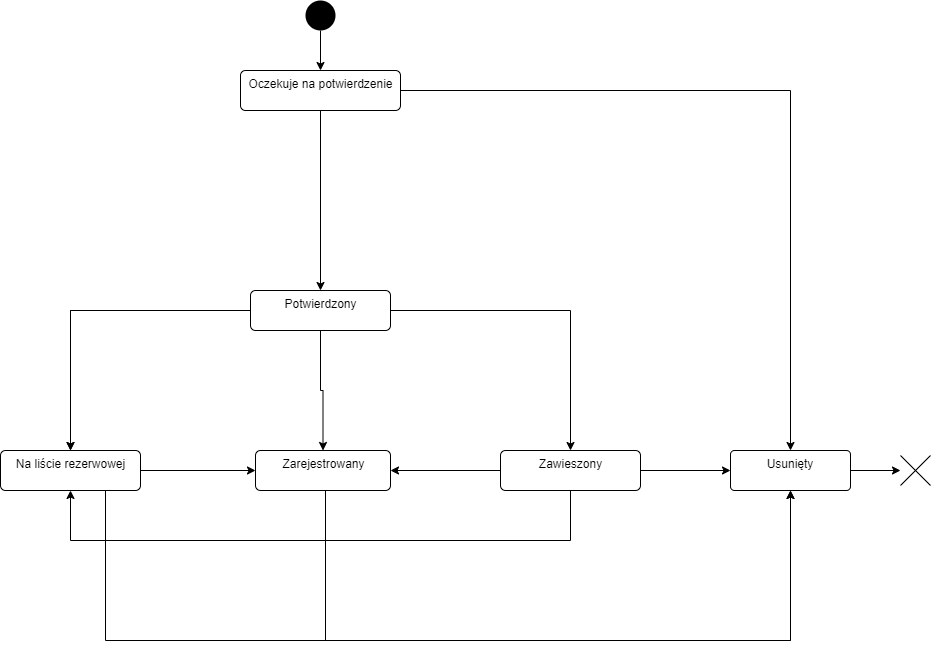
Earlier version of the draw.io export venv/Utility Files/Untitled Diagram.drawio.png (PPopielarski/PFWRegistration). Source tidied: cells renumbered, new cells last; positions are measured from the earlier drawing's top-left corner, leaving out a move shared by most shapes.
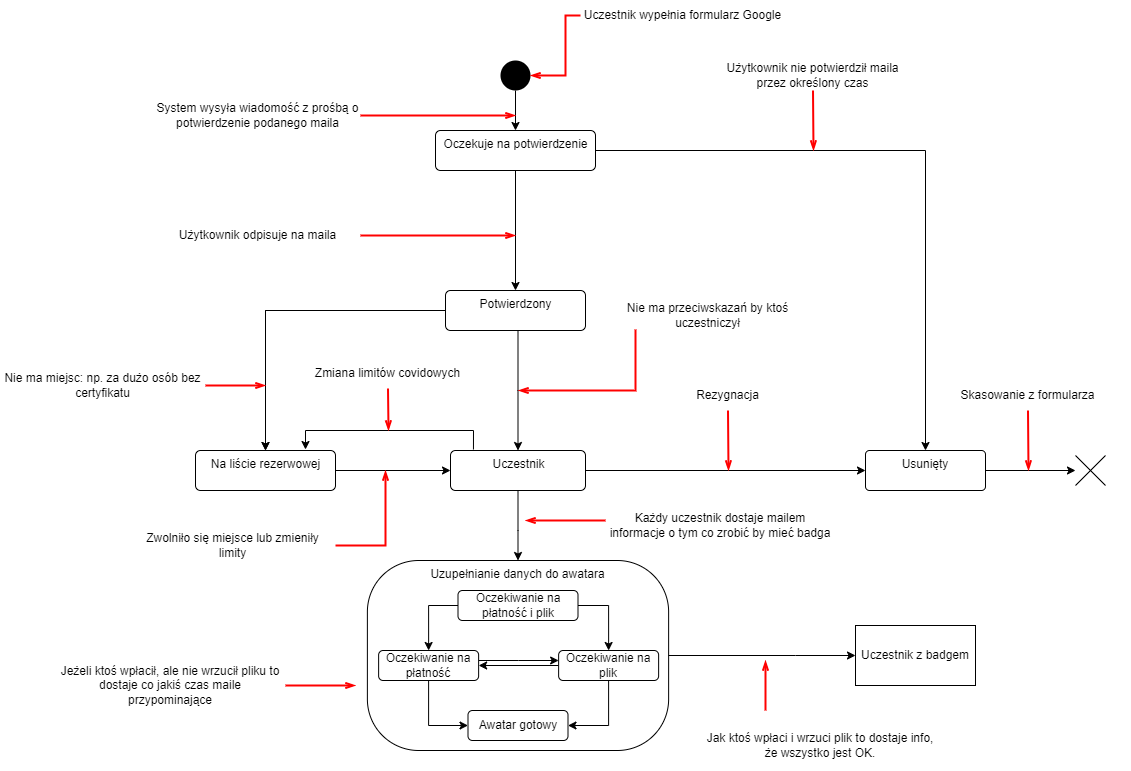
Later version of the same file.

Commit message:
Registration state diagram.drawio.png

What changed in the source:
```diff
@@ -14,89 +14,265 @@
     <mxCell id="5" value="Oczekuje na potwierdzenie" style="html=1;align=center;verticalAlign=top;rounded=1;absoluteArcSize=1;arcSize=10;dashed=0;" parent="1" vertex="1">
       <mxGeometry x="240" y="70" width="160" height="40" as="geometry" />
     </mxCell>
+    <mxCell id="24" style="edgeStyle=orthogonalEdgeStyle;rounded=0;jettySize=auto;html=1;" parent="1" edge="1" source="7" target="25">
+      <mxGeometry relative="1" as="geometry">
+        <Array as="points">
+          <mxPoint x="323" y="470" />
+          <mxPoint x="323" y="470" />
+        </Array>
+      </mxGeometry>
+    </mxCell>
-    <mxCell id="6" style="edgeStyle=orthogonalEdgeStyle;rounded=0;jettySize=auto;html=1;entryX=0.5;entryY=1;entryDx=0;entryDy=0;" parent="1" edge="1" source="7" target="19">
-      <mxGeometry relative="1" as="geometry">
-        <Array as="points">
-          <mxPoint x="325" y="640" />
-          <mxPoint x="790" y="640" />
-        </Array>
-      </mxGeometry>
+    <mxCell id="6" style="edgeStyle=orthogonalEdgeStyle;rounded=0;jettySize=auto;html=1;" parent="1" edge="1" source="7" target="19">
+      <mxGeometry relative="1" as="geometry" />
     </mxCell>
-    <mxCell id="7" value="Zarejestrowany" style="html=1;align=center;verticalAlign=top;rounded=1;absoluteArcSize=1;arcSize=10;dashed=0;" parent="1" vertex="1">
-      <mxGeometry x="255" y="450" width="135" height="40" as="geometry" />
+    <mxCell id="7" value="Uczestnik" style="html=1;align=center;verticalAlign=top;rounded=1;absoluteArcSize=1;arcSize=10;dashed=0;" parent="1" vertex="1">
+      <mxGeometry x="255" y="390" width="135" height="40" as="geometry" />
     </mxCell>
-    <mxCell id="8" style="edgeStyle=orthogonalEdgeStyle;rounded=0;jettySize=auto;html=1;" parent="1" edge="1" source="11" target="19">
-      <mxGeometry relative="1" as="geometry" />
-    </mxCell>
-    <mxCell id="9" style="edgeStyle=orthogonalEdgeStyle;rounded=0;jettySize=auto;html=1;" parent="1" edge="1" source="11" target="7">
-      <mxGeometry relative="1" as="geometry" />
-    </mxCell>
-    <mxCell id="10" style="edgeStyle=orthogonalEdgeStyle;rounded=0;jettySize=auto;html=1;entryX=0.5;entryY=1;entryDx=0;entryDy=0;" parent="1" edge="1" source="11" target="13">
-      <mxGeometry relative="1" as="geometry">
-        <Array as="points">
-          <mxPoint x="570" y="540" />
-          <mxPoint x="70" y="540" />
-        </Array>
-      </mxGeometry>
-    </mxCell>
-    <mxCell id="11" value="Zawieszony" style="html=1;align=center;verticalAlign=top;rounded=1;absoluteArcSize=1;arcSize=10;dashed=0;" parent="1" vertex="1">
-      <mxGeometry x="500" y="450" width="140" height="40" as="geometry" />
-    </mxCell>
     <mxCell id="12" style="edgeStyle=orthogonalEdgeStyle;rounded=0;jettySize=auto;html=1;" parent="1" edge="1" source="13" target="7">
       <mxGeometry relative="1" as="geometry" />
     </mxCell>
     <mxCell id="13" value="Na liście rezerwowej" style="html=1;align=center;verticalAlign=top;rounded=1;absoluteArcSize=1;arcSize=10;dashed=0;" parent="1" vertex="1">
-      <mxGeometry y="450" width="140" height="40" as="geometry" />
+      <mxGeometry y="390" width="140" height="40" as="geometry" />
     </mxCell>
     <mxCell id="14" style="edgeStyle=orthogonalEdgeStyle;rounded=0;jettySize=auto;html=1;entryX=0.5;entryY=0;entryDx=0;entryDy=0;exitX=0;exitY=0.5;exitDx=0;exitDy=0;" parent="1" edge="1" source="23" target="13">
       <mxGeometry relative="1" as="geometry">
         <Array as="points">
-          <mxPoint x="70" y="310" />
+          <mxPoint x="70" y="250" />
         </Array>
       </mxGeometry>
     </mxCell>
     <mxCell id="15" style="edgeStyle=orthogonalEdgeStyle;rounded=0;orthogonalLoop=1;jettySize=auto;html=1;entryX=0.5;entryY=0;entryDx=0;entryDy=0;" parent="1" edge="1">
       <mxGeometry relative="1" as="geometry">
-        <mxPoint x="190" y="310" as="sourcePoint" />
-        <mxPoint x="70" y="450" as="targetPoint" />
+        <mxPoint x="190" y="250" as="sourcePoint" />
+        <mxPoint x="70" y="390" as="targetPoint" />
         <Array as="points">
-          <mxPoint x="70" y="310" />
+          <mxPoint x="70" y="250" />
         </Array>
       </mxGeometry>
     </mxCell>
     <mxCell id="16" style="edgeStyle=orthogonalEdgeStyle;rounded=0;jettySize=auto;html=1;exitX=0.5;exitY=1;exitDx=0;exitDy=0;entryX=0.5;entryY=0;entryDx=0;entryDy=0;" parent="1" edge="1" source="2" target="5">
       <mxGeometry relative="1" as="geometry" />
     </mxCell>
-    <mxCell id="17" style="edgeStyle=orthogonalEdgeStyle;rounded=0;jettySize=auto;html=1;entryX=0.5;entryY=0;entryDx=0;entryDy=0;exitX=1;exitY=0.5;exitDx=0;exitDy=0;" parent="1" edge="1" source="23" target="11">
-      <mxGeometry relative="1" as="geometry" />
-    </mxCell>
     <mxCell id="18" style="edgeStyle=orthogonalEdgeStyle;rounded=0;jettySize=auto;html=1;" parent="1" edge="1" source="19" target="21">
-      <mxGeometry relative="1" as="geometry" />
+      <mxGeometry relative="1" as="geometry">
+        <Array as="points">
+          <mxPoint x="750" y="410" />
+          <mxPoint x="750" y="410" />
+        </Array>
+      </mxGeometry>
     </mxCell>
     <mxCell id="19" value="Usunięty" style="whiteSpace=wrap;html=1;verticalAlign=top;fillColor=rgb(255, 255, 255);strokeColor=rgb(0, 0, 0);fontColor=rgb(0, 0, 0);rounded=1;arcSize=10;dashed=0;" parent="1" vertex="1">
-      <mxGeometry x="730" y="450" width="120" height="40" as="geometry" />
+      <mxGeometry x="670" y="390" width="120" height="40" as="geometry" />
     </mxCell>
-    <mxCell id="20" style="edgeStyle=orthogonalEdgeStyle;rounded=0;jettySize=auto;html=1;entryX=0.5;entryY=1;entryDx=0;entryDy=0;exitX=0.75;exitY=1;exitDx=0;exitDy=0;" parent="1" edge="1" source="13" target="19">
-      <mxGeometry relative="1" as="geometry">
-        <Array as="points">
-          <mxPoint x="105" y="640" />
-          <mxPoint x="790" y="640" />
-        </Array>
-      </mxGeometry>
-    </mxCell>
     <mxCell id="21" style="shape=umlDestroy;direction=south;" parent="1" vertex="1">
-      <mxGeometry x="900" y="455" width="30" height="30" as="geometry" />
+      <mxGeometry x="880" y="395" width="30" height="30" as="geometry" />
     </mxCell>
     <mxCell id="22" style="edgeStyle=orthogonalEdgeStyle;rounded=0;jettySize=auto;html=1;entryX=0.5;entryY=0;entryDx=0;entryDy=0;" parent="1" edge="1" source="23" target="7">
       <mxGeometry relative="1" as="geometry">
         <Array as="points">
-          <mxPoint x="320" y="390" />
-          <mxPoint x="323" y="390" />
+          <mxPoint x="323" y="330" />
         </Array>
       </mxGeometry>
     </mxCell>
     <mxCell id="23" value="Potwierdzony" style="html=1;align=center;verticalAlign=top;rounded=1;absoluteArcSize=1;arcSize=10;dashed=0;" parent="1" vertex="1">
-      <mxGeometry x="250" y="290" width="140" height="40" as="geometry" />
+      <mxGeometry x="250" y="230" width="140" height="40" as="geometry" />
     </mxCell>
+    <mxCell id="25" value="Uzupełnianie danych do awatara" style="whiteSpace=wrap;html=1;verticalAlign=top;fillColor=rgb(255, 255, 255);strokeColor=rgb(0, 0, 0);fontColor=rgb(0, 0, 0);rounded=1;arcSize=27;dashed=0;" parent="1" vertex="1">
+      <mxGeometry x="171.9" y="500" width="301.2" height="190" as="geometry" />
+    </mxCell>
+    <mxCell id="26" style="edgeStyle=orthogonalEdgeStyle;rounded=0;jettySize=auto;html=1;entryX=0.5;entryY=0;entryDx=0;entryDy=0;" parent="1" edge="1" source="28" target="31">
+      <mxGeometry relative="1" as="geometry">
+        <Array as="points">
+          <mxPoint x="233.1" y="545" />
+        </Array>
+      </mxGeometry>
+    </mxCell>
+    <mxCell id="27" style="edgeStyle=orthogonalEdgeStyle;rounded=0;jettySize=auto;html=1;entryX=0.5;entryY=0;entryDx=0;entryDy=0;" parent="1" edge="1" source="28" target="34">
+      <mxGeometry relative="1" as="geometry">
+        <Array as="points">
+          <mxPoint x="413.1" y="545" />
+        </Array>
+      </mxGeometry>
+    </mxCell>
+    <mxCell id="28" value="Oczekiwanie na płatność i plik" style="rounded=1;whiteSpace=wrap;html=1;" parent="1" vertex="1">
+      <mxGeometry x="262.5" y="530" width="120" height="30" as="geometry" />
+    </mxCell>
+    <mxCell id="29" style="edgeStyle=orthogonalEdgeStyle;rounded=0;jettySize=auto;html=1;" parent="1" edge="1" source="31" target="34">
+      <mxGeometry relative="1" as="geometry">
+        <Array as="points">
+          <mxPoint x="323.1" y="600" />
+          <mxPoint x="323.1" y="600" />
+        </Array>
+      </mxGeometry>
+    </mxCell>
+    <mxCell id="30" style="edgeStyle=orthogonalEdgeStyle;rounded=0;jettySize=auto;html=1;entryX=0;entryY=0.5;entryDx=0;entryDy=0;" parent="1" edge="1" source="31" target="35">
+      <mxGeometry relative="1" as="geometry" />
+    </mxCell>
+    <mxCell id="31" value="Oczekiwanie na płatność" style="rounded=1;whiteSpace=wrap;html=1;" parent="1" vertex="1">
+      <mxGeometry x="183.1" y="590" width="100" height="30" as="geometry" />
+    </mxCell>
+    <mxCell id="32" style="edgeStyle=orthogonalEdgeStyle;rounded=0;jettySize=auto;html=1;" parent="1" edge="1" source="34" target="31">
+      <mxGeometry relative="1" as="geometry" />
+    </mxCell>
+    <mxCell id="33" style="edgeStyle=orthogonalEdgeStyle;rounded=0;jettySize=auto;html=1;entryX=1;entryY=0.5;entryDx=0;entryDy=0;" parent="1" edge="1" source="34" target="35">
+      <mxGeometry relative="1" as="geometry">
+        <Array as="points">
+          <mxPoint x="413.1" y="665" />
+        </Array>
+      </mxGeometry>
+    </mxCell>
+    <mxCell id="34" value="Oczekiwanie na plik" style="rounded=1;whiteSpace=wrap;html=1;" parent="1" vertex="1">
+      <mxGeometry x="363.1" y="590" width="100" height="30" as="geometry" />
+    </mxCell>
+    <mxCell id="35" value="Awatar gotowy" style="rounded=1;whiteSpace=wrap;html=1;" parent="1" vertex="1">
+      <mxGeometry x="272.5" y="650" width="100" height="30" as="geometry" />
+    </mxCell>
+    <mxCell id="36" style="edgeStyle=orthogonalEdgeStyle;rounded=0;jettySize=auto;html=1;exitX=1;exitY=0.5;exitDx=0;exitDy=0;entryX=0;entryY=0.5;entryDx=0;entryDy=0;" parent="1" edge="1" source="25" target="37">
+      <mxGeometry relative="1" as="geometry">
+        <Array as="points">
+          <mxPoint x="600" y="595" />
+        </Array>
+      </mxGeometry>
+    </mxCell>
+    <mxCell id="37" value="Uczestnik z badgem" style="rounded=0;whiteSpace=wrap;html=1;" parent="1" vertex="1">
+      <mxGeometry x="660" y="565" width="120" height="60" as="geometry" />
+    </mxCell>
+    <mxCell id="38" value="Uczestnik wypełnia formularz Google" style="text;html=1;strokeColor=none;fillColor=none;align=center;verticalAlign=middle;whiteSpace=wrap;rounded=0;" parent="1" vertex="1">
+      <mxGeometry x="385" y="-60" width="205" height="30" as="geometry" />
+    </mxCell>
+    <mxCell id="39" value="System wysyła wiadomość z prośbą o potwierdzenie podanego maila" style="text;html=1;strokeColor=none;fillColor=none;align=center;verticalAlign=middle;whiteSpace=wrap;rounded=0;" parent="1" vertex="1">
+      <mxGeometry x="-40" y="40" width="205" height="30" as="geometry" />
+    </mxCell>
+    <mxCell id="40" style="edgeStyle=elbowEdgeStyle;fontSize=12;html=1;endFill=0;startFill=0;endSize=6;startSize=6;endArrow=openThin;startArrow=none;rounded=0;exitX=1;exitY=0.5;exitDx=0;exitDy=0;strokeWidth=2;strokeColor=#FF0000;" parent="1" edge="1" source="39">
+      <mxGeometry relative="1" as="geometry">
+        <mxPoint x="320" y="55" as="targetPoint" />
+      </mxGeometry>
+    </mxCell>
+    <mxCell id="41" style="edgeStyle=elbowEdgeStyle;fontSize=12;html=1;endFill=0;startFill=0;endSize=6;startSize=6;endArrow=openThin;startArrow=none;rounded=0;exitX=0;exitY=0.5;exitDx=0;exitDy=0;entryX=1;entryY=0.5;entryDx=0;entryDy=0;strokeWidth=2;strokeColor=#FF0000;" parent="1" edge="1" source="38" target="2">
+      <mxGeometry relative="1" as="geometry">
+        <Array as="points">
+          <mxPoint x="370" y="-45" />
+        </Array>
+      </mxGeometry>
+    </mxCell>
+    <mxCell id="42" value="Użytkownik odpisuje na maila" style="text;html=1;strokeColor=none;fillColor=none;align=center;verticalAlign=middle;whiteSpace=wrap;rounded=0;" parent="1" vertex="1">
+      <mxGeometry x="-40" y="160" width="205" height="30" as="geometry" />
+    </mxCell>
+    <mxCell id="43" style="edgeStyle=elbowEdgeStyle;fontSize=12;html=1;endFill=0;startFill=0;endSize=6;startSize=6;endArrow=openThin;startArrow=none;rounded=0;exitX=1;exitY=0.5;exitDx=0;exitDy=0;strokeWidth=2;strokeColor=#FF0000;" parent="1" edge="1" source="42">
+      <mxGeometry relative="1" as="geometry">
+        <mxPoint x="320" y="175" as="targetPoint" />
+      </mxGeometry>
+    </mxCell>
+    <mxCell id="44" value="Nie ma miejsc: np. za dużo osób bez certyfikatu" style="text;html=1;strokeColor=none;fillColor=none;align=center;verticalAlign=middle;whiteSpace=wrap;rounded=0;" parent="1" vertex="1">
+      <mxGeometry x="-195" y="310" width="205" height="30" as="geometry" />
+    </mxCell>
+    <mxCell id="45" style="edgeStyle=elbowEdgeStyle;fontSize=12;html=1;endFill=0;startFill=0;endSize=6;startSize=6;endArrow=openThin;startArrow=none;rounded=0;exitX=1;exitY=0.5;exitDx=0;exitDy=0;strokeWidth=2;strokeColor=#FF0000;" parent="1" edge="1" source="44">
+      <mxGeometry relative="1" as="geometry">
+        <mxPoint x="70" y="325" as="targetPoint" />
+      </mxGeometry>
+    </mxCell>
+    <mxCell id="46" value="Użytkownik nie potwierdził maila przez określony czas" style="text;html=1;strokeColor=none;fillColor=none;align=center;verticalAlign=middle;whiteSpace=wrap;rounded=0;" parent="1" vertex="1">
+      <mxGeometry x="515" width="205" height="30" as="geometry" />
+    </mxCell>
+    <mxCell id="47" style="edgeStyle=elbowEdgeStyle;fontSize=12;html=1;endFill=0;startFill=0;endSize=6;startSize=6;endArrow=openThin;startArrow=none;rounded=0;exitX=0.5;exitY=1;exitDx=0;exitDy=0;strokeWidth=2;strokeColor=#FF0000;" parent="1" edge="1" source="46">
+      <mxGeometry relative="1" as="geometry">
+        <mxPoint x="618" y="90" as="targetPoint" />
+      </mxGeometry>
+    </mxCell>
+    <mxCell id="48" value="Skasowanie z formularza" style="text;html=1;strokeColor=none;fillColor=none;align=center;verticalAlign=middle;whiteSpace=wrap;rounded=0;" parent="1" vertex="1">
+      <mxGeometry x="730" y="320" width="205" height="30" as="geometry" />
+    </mxCell>
+    <mxCell id="49" style="edgeStyle=elbowEdgeStyle;fontSize=12;html=1;endFill=0;startFill=0;endSize=6;startSize=6;endArrow=openThin;startArrow=none;rounded=0;exitX=0.5;exitY=1;exitDx=0;exitDy=0;strokeWidth=2;strokeColor=#FF0000;" parent="1" edge="1" source="48">
+      <mxGeometry relative="1" as="geometry">
+        <mxPoint x="833" y="410" as="targetPoint" />
+      </mxGeometry>
+    </mxCell>
+    <mxCell id="50" value="Rezygnacja" style="text;html=1;strokeColor=none;fillColor=none;align=center;verticalAlign=middle;whiteSpace=wrap;rounded=0;" parent="1" vertex="1">
+      <mxGeometry x="430" y="320" width="205" height="30" as="geometry" />
+    </mxCell>
+    <mxCell id="51" style="edgeStyle=elbowEdgeStyle;fontSize=12;html=1;endFill=0;startFill=0;endSize=6;startSize=6;endArrow=openThin;startArrow=none;rounded=0;exitX=0.5;exitY=1;exitDx=0;exitDy=0;strokeWidth=2;strokeColor=#FF0000;" parent="1" edge="1" source="50">
+      <mxGeometry relative="1" as="geometry">
+        <mxPoint x="533" y="410" as="targetPoint" />
+      </mxGeometry>
+    </mxCell>
+    <mxCell id="52" value="Zwolniło się miejsce lub zmieniły limity" style="text;html=1;strokeColor=none;fillColor=none;align=center;verticalAlign=middle;whiteSpace=wrap;rounded=0;" parent="1" vertex="1">
+      <mxGeometry x="-65" y="470" width="205" height="30" as="geometry" />
+    </mxCell>
+    <mxCell id="53" style="edgeStyle=elbowEdgeStyle;fontSize=12;html=1;endFill=0;startFill=0;endSize=6;startSize=6;endArrow=openThin;startArrow=none;rounded=0;exitX=1;exitY=0.5;exitDx=0;exitDy=0;strokeWidth=2;strokeColor=#FF0000;" parent="1" edge="1" source="52">
+      <mxGeometry relative="1" as="geometry">
+        <mxPoint x="190" y="410" as="targetPoint" />
+        <Array as="points">
+          <mxPoint x="190" y="450" />
+        </Array>
+      </mxGeometry>
+    </mxCell>
+    <mxCell id="54" style="edgeStyle=orthogonalEdgeStyle;rounded=0;jettySize=auto;html=1;exitX=0.17;exitY=-0.025;exitDx=0;exitDy=0;exitPerimeter=0;" parent="1" edge="1" source="7">
+      <mxGeometry relative="1" as="geometry">
+        <mxPoint x="110" y="389" as="targetPoint" />
+        <Array as="points">
+          <mxPoint x="278" y="370" />
+          <mxPoint x="110" y="370" />
+        </Array>
+      </mxGeometry>
+    </mxCell>
+    <mxCell id="55" value="Zmiana limitów covidowych" style="text;html=1;strokeColor=none;fillColor=none;align=center;verticalAlign=middle;whiteSpace=wrap;rounded=0;" parent="1" vertex="1">
+      <mxGeometry x="90" y="298" width="205" height="30" as="geometry" />
+    </mxCell>
+    <mxCell id="56" style="edgeStyle=elbowEdgeStyle;fontSize=12;html=1;endFill=0;startFill=0;endSize=6;startSize=6;endArrow=openThin;startArrow=none;rounded=0;exitX=0.5;exitY=1;exitDx=0;exitDy=0;strokeWidth=2;strokeColor=#FF0000;" parent="1" edge="1" source="55">
+      <mxGeometry relative="1" as="geometry">
+        <mxPoint x="193" y="370" as="targetPoint" />
+        <Array as="points">
+          <mxPoint x="193" y="360" />
+          <mxPoint x="200" y="460" />
+        </Array>
+      </mxGeometry>
+    </mxCell>
+    <mxCell id="57" value="Nie ma przeciwskazań by ktoś uczestniczył" style="text;html=1;strokeColor=none;fillColor=none;align=center;verticalAlign=middle;whiteSpace=wrap;rounded=0;" parent="1" vertex="1">
+      <mxGeometry x="410" y="240" width="205" height="30" as="geometry" />
+    </mxCell>
+    <mxCell id="58" style="edgeStyle=elbowEdgeStyle;fontSize=12;html=1;endFill=0;startFill=0;endSize=6;startSize=6;endArrow=openThin;startArrow=none;rounded=0;strokeWidth=2;strokeColor=#FF0000;" parent="1" edge="1">
+      <mxGeometry relative="1" as="geometry">
+        <mxPoint x="440" y="269" as="sourcePoint" />
+        <mxPoint x="323" y="330" as="targetPoint" />
+        <Array as="points">
+          <mxPoint x="440" y="290" />
+          <mxPoint x="356" y="330" />
+        </Array>
+      </mxGeometry>
+    </mxCell>
+    <mxCell id="59" value="Każdy uczestnik dostaje mailem informacje o tym co zrobić by mieć badga" style="text;html=1;strokeColor=none;fillColor=none;align=center;verticalAlign=middle;whiteSpace=wrap;rounded=0;" parent="1" vertex="1">
+      <mxGeometry x="410" y="440" width="230" height="50" as="geometry" />
+    </mxCell>
+    <mxCell id="60" style="edgeStyle=elbowEdgeStyle;fontSize=12;html=1;endFill=0;startFill=0;endSize=6;startSize=6;endArrow=openThin;startArrow=none;rounded=0;strokeWidth=2;strokeColor=#FF0000;" parent="1" edge="1" source="59">
+      <mxGeometry relative="1" as="geometry">
+        <mxPoint x="330" y="460" as="targetPoint" />
+        <Array as="points">
+          <mxPoint x="390" y="460" />
+        </Array>
+      </mxGeometry>
+    </mxCell>
+    <mxCell id="61" value="Jeżeli ktoś wpłacił, ale nie wrzucił pliku to dostaje co jakiś czas maile przypominające" style="text;html=1;strokeColor=none;fillColor=none;align=center;verticalAlign=middle;whiteSpace=wrap;rounded=0;" parent="1" vertex="1">
+      <mxGeometry x="-140" y="600" width="230" height="50" as="geometry" />
+    </mxCell>
+    <mxCell id="62" style="edgeStyle=elbowEdgeStyle;fontSize=12;html=1;endFill=0;startFill=0;endSize=6;startSize=6;endArrow=openThin;startArrow=none;rounded=0;strokeWidth=2;strokeColor=#FF0000;exitX=1;exitY=0.5;exitDx=0;exitDy=0;" parent="1" edge="1" source="61">
+      <mxGeometry relative="1" as="geometry">
+        <mxPoint x="160" y="625" as="targetPoint" />
+        <Array as="points">
+          <mxPoint x="130" y="680" />
+        </Array>
+      </mxGeometry>
+    </mxCell>
+    <mxCell id="63" value="Jak ktoś wpłaci i wrzuci plik to dostaje info, że wszystko jest OK." style="text;html=1;strokeColor=none;fillColor=none;align=center;verticalAlign=middle;whiteSpace=wrap;rounded=0;" parent="1" vertex="1">
+      <mxGeometry x="510" y="660" width="230" height="50" as="geometry" />
+    </mxCell>
+    <mxCell id="64" style="edgeStyle=elbowEdgeStyle;fontSize=12;html=1;endFill=0;startFill=0;endSize=6;startSize=6;endArrow=openThin;startArrow=none;rounded=0;strokeWidth=2;strokeColor=#FF0000;" parent="1" edge="1">
+      <mxGeometry relative="1" as="geometry">
+        <mxPoint x="570" y="650" as="sourcePoint" />
+        <mxPoint x="570" y="600" as="targetPoint" />
+        <Array as="points">
+          <mxPoint x="570" y="630" />
+        </Array>
+      </mxGeometry>
+    </mxCell>
   </root>
 </mxGraphModel>
```
